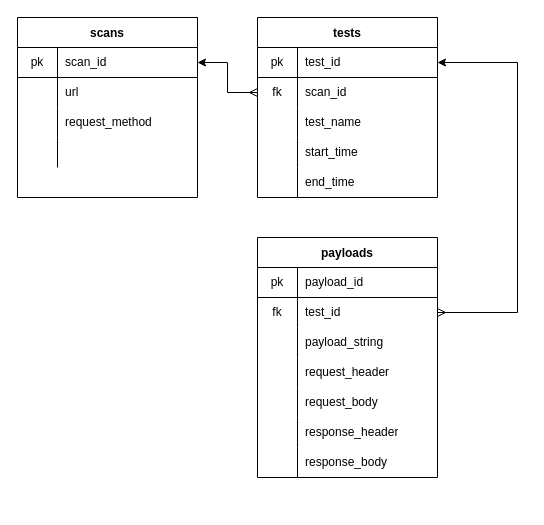
This is docs/db.drawio from kevindoubleu/APISploit, a draw.io file, before an edit. Source tidied: cells renumbered, new cells numbered last; positions are measured from the earlier drawing's top-left corner, leaving out a move shared by most shapes. Both pictures are drawn from the tidied source at 100%, with x=0, y=0 at pixel (17, 17).
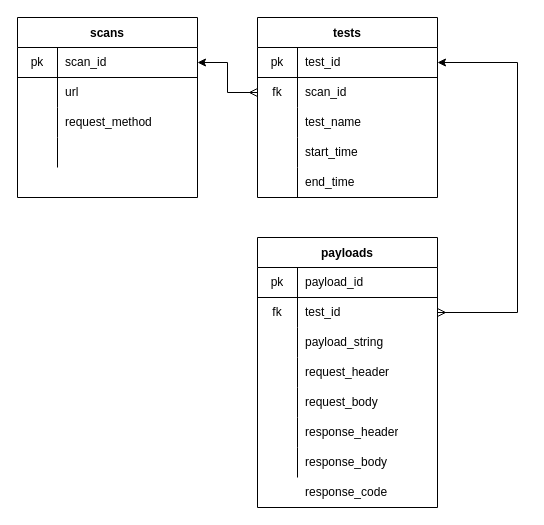
After the change.

Change to the diagram source:
```diff
@@
     <mxCell id="31" value="payloads" style="shape=table;startSize=30;childLayout=tableLayout;rowLines=0;fontStyle=1;align=center;" parent="1" vertex="1">
-      <mxGeometry x="240" y="220" width="180" height="240" as="geometry" />
+      <mxGeometry x="240" y="220" width="180" height="270" as="geometry" />
     </mxCell>
@@
+    <mxCell id="56" style="shape=partialRectangle;html=1;whiteSpace=wrap;fillColor=none;top=0;left=0;bottom=0;right=0;" parent="1" vertex="1">
+      <mxGeometry x="240" y="460" width="180" height="30" as="geometry" />
+    </mxCell>
+    <mxCell id="57" style="shape=partialRectangle;html=1;whiteSpace=wrap;fillColor=none;top=0;left=0;bottom=0;right=0;overflow=hidden;" parent="56" vertex="1">
+      <mxGeometry width="40" height="30" as="geometry" />
+    </mxCell>
+    <mxCell id="58" value="response_code" style="shape=partialRectangle;html=1;whiteSpace=wrap;fillColor=none;top=0;left=0;bottom=0;right=0;align=left;spacingLeft=6;overflow=hidden;" parent="56" vertex="1">
+      <mxGeometry x="40" width="140" height="30" as="geometry" />
+    </mxCell>
```
